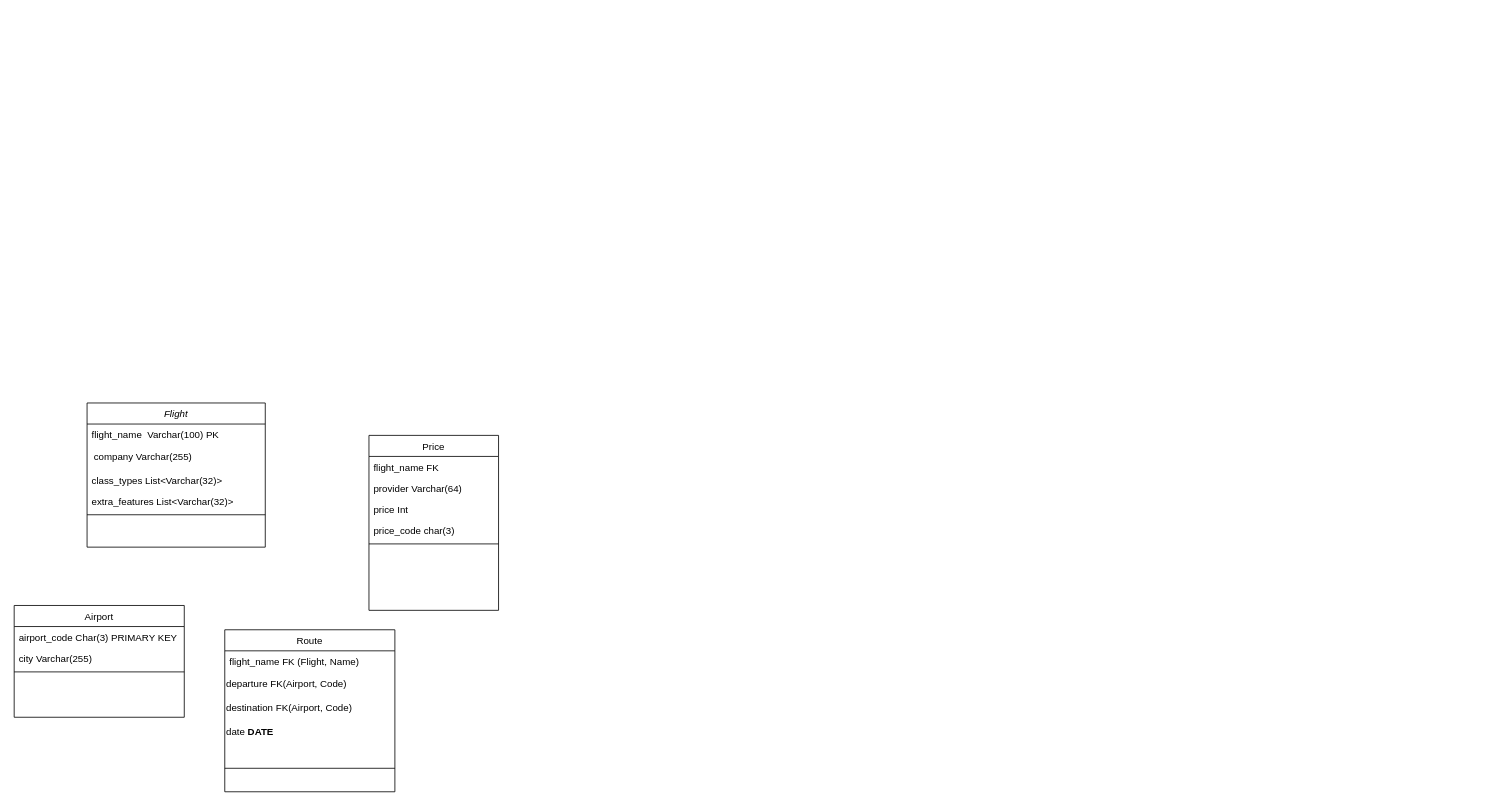
Earlier version of the draw.io diagram frontend-Idata2301/database_flights.drawio (Osterie/IDATA2301_IDATA2306_GROUP_7). Source tidied: cells renumbered, new cells numbered last; positions are measured from the earlier drawing's top-left corner, leaving out a move shared by most shapes. Both pictures are drawn from the tidied source at 81%, with x=0, y=0 at pixel (14, 403).
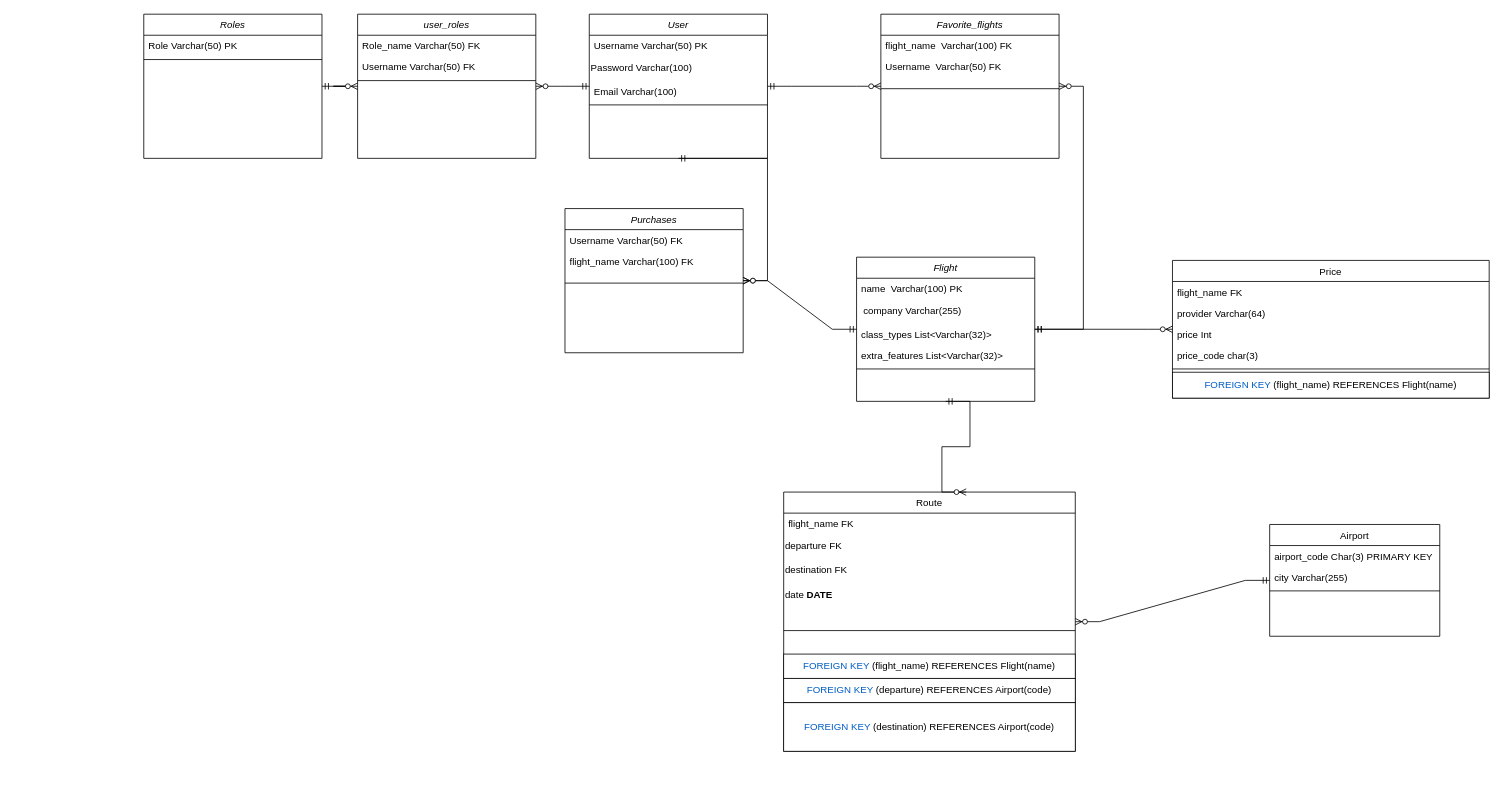
The same diagram, later.

Commit message (it also covers changes not shown here):
Added database design

Change to the diagram source:
```diff
@@
     <mxCell id="2" value="Flight" style="swimlane;fontStyle=2;align=center;verticalAlign=top;horizontal=1;startSize=26;rounded=0;shadow=0;strokeWidth=1;" parent="1" vertex="1">
-      <mxGeometry x="90" width="220" height="178" as="geometry" />
+      <mxGeometry x="1040" y="-180" width="220" height="178" as="geometry" />
     </mxCell>
-    <mxCell id="3" value="flight_name  Varchar(100) PK" style="text;align=left;verticalAlign=top;spacingLeft=4;spacingRight=4;overflow=hidden;" parent="2" vertex="1">
+    <mxCell id="3" value="name  Varchar(100) PK" style="text;align=left;verticalAlign=top;spacingLeft=4;spacingRight=4;overflow=hidden;" parent="2" vertex="1">
       <mxGeometry y="26" width="220" height="26" as="geometry" />
     </mxCell>
@@
     <mxCell id="8" value="Airport" style="swimlane;fontStyle=0;align=center;verticalAlign=top;horizontal=1;startSize=26;rounded=0;shadow=0;strokeWidth=1;" parent="1" vertex="1">
-      <mxGeometry y="250" width="210" height="138" as="geometry" />
+      <mxGeometry x="1550" y="150" width="210" height="138" as="geometry" />
     </mxCell>
@@
     <mxCell id="12" value="Route" style="swimlane;fontStyle=0;align=center;verticalAlign=top;horizontal=1;startSize=26;rounded=0;shadow=0;strokeWidth=1;" parent="1" vertex="1">
-      <mxGeometry x="260" y="280" width="210" height="200" as="geometry" />
+      <mxGeometry x="950" y="110" width="360" height="320" as="geometry" />
     </mxCell>
-    <mxCell id="13" value="flight_name FK (Flight, Name)" style="text;align=left;verticalAlign=top;spacingLeft=4;spacingRight=4;overflow=hidden;" parent="12" vertex="1">
-      <mxGeometry y="26" width="210" height="26" as="geometry" />
+    <mxCell id="13" value="flight_name FK" style="text;align=left;verticalAlign=top;spacingLeft=4;spacingRight=4;overflow=hidden;" parent="12" vertex="1">
+      <mxGeometry y="26" width="360" height="26" as="geometry" />
     </mxCell>
-    <mxCell id="14" value="departure FK(Airport, Code)" style="text;html=1;align=left;verticalAlign=middle;strokeColor=none;fillColor=none;" parent="12" vertex="1">
-      <mxGeometry y="52" width="210" height="30" as="geometry" />
+    <mxCell id="14" value="departure FK" style="text;html=1;align=left;verticalAlign=middle;strokeColor=none;fillColor=none;" parent="12" vertex="1">
+      <mxGeometry y="52" width="360" height="30" as="geometry" />
     </mxCell>
-    <mxCell id="15" value="destination FK(Airport, Code)" style="text;html=1;align=left;verticalAlign=middle;strokeColor=none;fillColor=none;" parent="12" vertex="1">
-      <mxGeometry y="82" width="210" height="30" as="geometry" />
+    <mxCell id="15" value="destination FK" style="text;html=1;align=left;verticalAlign=middle;strokeColor=none;fillColor=none;" parent="12" vertex="1">
+      <mxGeometry y="82" width="360" height="30" as="geometry" />
     </mxCell>
     <mxCell id="16" value="date&amp;nbsp;&lt;strong&gt;DATE&lt;/strong&gt;" style="text;html=1;align=left;verticalAlign=middle;strokeColor=none;fillColor=none;" parent="12" vertex="1">
-      <mxGeometry y="112" width="210" height="30" as="geometry" />
+      <mxGeometry y="112" width="360" height="30" as="geometry" />
     </mxCell>
     <mxCell id="17" style="line;html=1;strokeWidth=1;align=left;verticalAlign=middle;spacingTop=-1;spacingLeft=3;spacingRight=3;labelPosition=right;" parent="12" vertex="1">
-      <mxGeometry y="142" width="210" height="58" as="geometry" />
+      <mxGeometry y="142" width="360" height="58" as="geometry" />
     </mxCell>
+    <mxCell id="24" value="&lt;div&gt;&lt;span style=&quot;color: black; --darkreader-inline-color: var(--darkreader-text-000000, #e8e6e3);&quot; class=&quot;sqlcolor&quot;&gt;&lt;span style=&quot;color: rgb(0, 92, 197); --darkreader-inline-color: var(--darkreader-text-005cc5, #56b1ff);&quot; class=&quot;sqlkeywordcolor&quot;&gt;FOREIGN&lt;/span&gt; &lt;span style=&quot;color: rgb(0, 92, 197); --darkreader-inline-color: var(--darkreader-text-005cc5, #56b1ff);&quot; class=&quot;sqlkeywordcolor&quot;&gt;KEY&lt;/span&gt; (flight_name) REFERENCES Flight(name)&lt;/span&gt;&lt;/div&gt;" style="whiteSpace=wrap;html=1;" parent="12" vertex="1">
+      <mxGeometry y="200" width="360" height="30" as="geometry" />
+    </mxCell>
+    <mxCell id="25" value="&lt;span style=&quot;color: black; --darkreader-inline-color: var(--darkreader-text-000000, #e8e6e3);&quot; class=&quot;sqlcolor&quot;&gt;&lt;span style=&quot;color: rgb(0, 92, 197); --darkreader-inline-color: var(--darkreader-text-005cc5, #56b1ff);&quot; class=&quot;sqlkeywordcolor&quot;&gt;FOREIGN&lt;/span&gt; &lt;span style=&quot;color: rgb(0, 92, 197); --darkreader-inline-color: var(--darkreader-text-005cc5, #56b1ff);&quot; class=&quot;sqlkeywordcolor&quot;&gt;KEY&lt;/span&gt; (departure) REFERENCES Airport(code)&lt;/span&gt;" style="whiteSpace=wrap;html=1;" parent="12" vertex="1">
+      <mxGeometry y="230" width="360" height="30" as="geometry" />
+    </mxCell>
+    <mxCell id="26" value="&lt;span style=&quot;color: black; --darkreader-inline-color: var(--darkreader-text-000000, #e8e6e3);&quot; class=&quot;sqlcolor&quot;&gt;&lt;span style=&quot;color: rgb(0, 92, 197); --darkreader-inline-color: var(--darkreader-text-005cc5, #56b1ff);&quot; class=&quot;sqlkeywordcolor&quot;&gt;FOREIGN&lt;/span&gt; &lt;span style=&quot;color: rgb(0, 92, 197); --darkreader-inline-color: var(--darkreader-text-005cc5, #56b1ff);&quot; class=&quot;sqlkeywordcolor&quot;&gt;KEY&lt;/span&gt; (destination) REFERENCES Airport(code)&lt;/span&gt;" style="whiteSpace=wrap;html=1;" parent="12" vertex="1">
+      <mxGeometry y="260" width="360" height="60" as="geometry" />
+    </mxCell>
     <mxCell id="18" value="Price" style="swimlane;fontStyle=0;align=center;verticalAlign=top;horizontal=1;startSize=26;rounded=0;shadow=0;strokeWidth=1;" parent="1" vertex="1">
-      <mxGeometry x="438" y="40" width="160" height="216" as="geometry" />
+      <mxGeometry x="1430" y="-176" width="391" height="170" as="geometry" />
     </mxCell>
     <mxCell id="19" value="flight_name FK" style="text;align=left;verticalAlign=top;spacingLeft=4;spacingRight=4;overflow=hidden;" parent="18" vertex="1">
-      <mxGeometry y="26" width="160" height="26" as="geometry" />
+      <mxGeometry y="26" width="391" height="26" as="geometry" />
     </mxCell>
     <mxCell id="20" value="provider Varchar(64)" style="text;align=left;verticalAlign=top;spacingLeft=4;spacingRight=4;overflow=hidden;rounded=0;shadow=0;html=0;" parent="18" vertex="1">
-      <mxGeometry y="52" width="160" height="26" as="geometry" />
+      <mxGeometry y="52" width="391" height="26" as="geometry" />
     </mxCell>
     <mxCell id="21" value="price Int" style="text;align=left;verticalAlign=top;spacingLeft=4;spacingRight=4;overflow=hidden;rounded=0;shadow=0;html=0;" parent="18" vertex="1">
-      <mxGeometry y="78" width="160" height="26" as="geometry" />
+      <mxGeometry y="78" width="391" height="26" as="geometry" />
     </mxCell>
     <mxCell id="22" value="price_code char(3) " style="text;align=left;verticalAlign=top;spacingLeft=4;spacingRight=4;overflow=hidden;rounded=0;shadow=0;html=0;" parent="18" vertex="1">
-      <mxGeometry y="104" width="160" height="26" as="geometry" />
+      <mxGeometry y="104" width="391" height="26" as="geometry" />
     </mxCell>
     <mxCell id="23" style="line;html=1;strokeWidth=1;align=left;verticalAlign=middle;spacingTop=-1;spacingLeft=3;spacingRight=3;labelPosition=right;" parent="18" vertex="1">
-      <mxGeometry y="130" width="160" height="8" as="geometry" />
+      <mxGeometry y="130" width="391" height="8" as="geometry" />
     </mxCell>
+    <mxCell id="27" value="&lt;span style=&quot;color: black; --darkreader-inline-color: var(--darkreader-text-000000, #e8e6e3);&quot; class=&quot;sqlcolor&quot;&gt;&lt;span style=&quot;color: rgb(0, 92, 197); --darkreader-inline-color: var(--darkreader-text-005cc5, #56b1ff);&quot; class=&quot;sqlkeywordcolor&quot;&gt;FOREIGN&lt;/span&gt; &lt;span style=&quot;color: rgb(0, 92, 197); --darkreader-inline-color: var(--darkreader-text-005cc5, #56b1ff);&quot; class=&quot;sqlkeywordcolor&quot;&gt;KEY&lt;/span&gt; (flight_name) REFERENCES Flight(name)&lt;/span&gt;" style="whiteSpace=wrap;html=1;" parent="18" vertex="1">
+      <mxGeometry y="138" width="391" height="32" as="geometry" />
+    </mxCell>
+    <mxCell id="28" style="edgeStyle=entityRelationEdgeStyle;fontSize=12;html=1;endArrow=ERzeroToMany;startArrow=ERmandOne;rounded=0;" parent="1" edge="1" source="8" target="12">
+      <mxGeometry relative="1" as="geometry" />
+    </mxCell>
+    <mxCell id="29" style="edgeStyle=entityRelationEdgeStyle;fontSize=12;html=1;endArrow=ERzeroToMany;startArrow=ERmandOne;rounded=0;" parent="1" edge="1" source="2" target="18">
+      <mxGeometry relative="1" as="geometry" />
+    </mxCell>
+    <mxCell id="30" style="edgeStyle=entityRelationEdgeStyle;fontSize=12;html=1;endArrow=ERzeroToMany;startArrow=ERmandOne;rounded=0;entryX=0.626;entryY=0;entryDx=0;entryDy=0;entryPerimeter=0;exitX=0.5;exitY=1;exitDx=0;exitDy=0;" parent="1" edge="1" source="2" target="12">
+      <mxGeometry relative="1" as="geometry" />
+    </mxCell>
+    <mxCell id="31" value="Roles" style="swimlane;fontStyle=2;align=center;verticalAlign=top;horizontal=1;startSize=26;rounded=0;shadow=0;strokeWidth=1;" parent="1" vertex="1">
+      <mxGeometry x="160" y="-480" width="220" height="178" as="geometry" />
+    </mxCell>
+    <mxCell id="32" value="Role Varchar(50) PK" style="text;align=left;verticalAlign=top;spacingLeft=4;spacingRight=4;overflow=hidden;" parent="31" vertex="1">
+      <mxGeometry y="26" width="220" height="26" as="geometry" />
+    </mxCell>
+    <mxCell id="33" style="line;html=1;strokeWidth=1;align=left;verticalAlign=middle;spacingTop=-1;spacingLeft=3;spacingRight=3;labelPosition=right;" parent="31" vertex="1">
+      <mxGeometry y="52" width="220" height="8" as="geometry" />
+    </mxCell>
+    <mxCell id="34" value="User" style="swimlane;fontStyle=2;align=center;verticalAlign=top;horizontal=1;startSize=26;rounded=0;shadow=0;strokeWidth=1;" parent="1" vertex="1">
+      <mxGeometry x="710" y="-480" width="220" height="178" as="geometry" />
+    </mxCell>
+    <mxCell id="35" value="Username Varchar(50) PK" style="text;align=left;verticalAlign=top;spacingLeft=4;spacingRight=4;overflow=hidden;" parent="34" vertex="1">
+      <mxGeometry y="26" width="220" height="26" as="geometry" />
+    </mxCell>
+    <mxCell id="36" value="Password Varchar(100)" style="text;html=1;align=left;verticalAlign=middle;strokeColor=none;fillColor=none;" parent="34" vertex="1">
+      <mxGeometry y="52" width="220" height="30" as="geometry" />
+    </mxCell>
+    <mxCell id="37" value="Email Varchar(100)" style="text;align=left;verticalAlign=top;spacingLeft=4;spacingRight=4;overflow=hidden;rounded=0;shadow=0;html=0;" parent="34" vertex="1">
+      <mxGeometry y="82" width="220" height="26" as="geometry" />
+    </mxCell>
+    <mxCell id="38" style="line;html=1;strokeWidth=1;align=left;verticalAlign=middle;spacingTop=-1;spacingLeft=3;spacingRight=3;labelPosition=right;" parent="34" vertex="1">
+      <mxGeometry y="108" width="220" height="8" as="geometry" />
+    </mxCell>
+    <mxCell id="39" value="Favorite_flights" style="swimlane;fontStyle=2;align=center;verticalAlign=top;horizontal=1;startSize=26;rounded=0;shadow=0;strokeWidth=1;" parent="1" vertex="1">
+      <mxGeometry x="1070" y="-480" width="220" height="178" as="geometry" />
+    </mxCell>
+    <mxCell id="40" value="flight_name  Varchar(100) FK" style="text;align=left;verticalAlign=top;spacingLeft=4;spacingRight=4;overflow=hidden;" parent="39" vertex="1">
+      <mxGeometry y="26" width="220" height="26" as="geometry" />
+    </mxCell>
+    <mxCell id="41" value="Username  Varchar(50) FK" style="text;align=left;verticalAlign=top;spacingLeft=4;spacingRight=4;overflow=hidden;" parent="39" vertex="1">
+      <mxGeometry y="52" width="220" height="26" as="geometry" />
+    </mxCell>
+    <mxCell id="42" style="line;html=1;strokeWidth=1;align=left;verticalAlign=middle;spacingTop=-1;spacingLeft=3;spacingRight=3;labelPosition=right;" parent="39" vertex="1">
+      <mxGeometry y="78" width="220" height="28" as="geometry" />
+    </mxCell>
+    <mxCell id="43" value="user_roles" style="swimlane;fontStyle=2;align=center;verticalAlign=top;horizontal=1;startSize=26;rounded=0;shadow=0;strokeWidth=1;" parent="1" vertex="1">
+      <mxGeometry x="424" y="-480" width="220" height="178" as="geometry" />
+    </mxCell>
+    <mxCell id="44" value="Role_name Varchar(50) FK" style="text;align=left;verticalAlign=top;spacingLeft=4;spacingRight=4;overflow=hidden;" parent="43" vertex="1">
+      <mxGeometry y="26" width="220" height="26" as="geometry" />
+    </mxCell>
+    <mxCell id="45" value="Username Varchar(50) FK" style="text;align=left;verticalAlign=top;spacingLeft=4;spacingRight=4;overflow=hidden;" parent="43" vertex="1">
+      <mxGeometry y="52" width="220" height="26" as="geometry" />
+    </mxCell>
+    <mxCell id="46" style="line;html=1;strokeWidth=1;align=left;verticalAlign=middle;spacingTop=-1;spacingLeft=3;spacingRight=3;labelPosition=right;" parent="43" vertex="1">
+      <mxGeometry y="78" width="220" height="8" as="geometry" />
+    </mxCell>
+    <mxCell id="47" value="Purchases" style="swimlane;fontStyle=2;align=center;verticalAlign=top;horizontal=1;startSize=26;rounded=0;shadow=0;strokeWidth=1;" parent="1" vertex="1">
+      <mxGeometry x="680" y="-240" width="220" height="178" as="geometry" />
+    </mxCell>
+    <mxCell id="48" value="Username Varchar(50) FK" style="text;align=left;verticalAlign=top;spacingLeft=4;spacingRight=4;overflow=hidden;" parent="47" vertex="1">
+      <mxGeometry y="26" width="220" height="26" as="geometry" />
+    </mxCell>
+    <mxCell id="49" value="flight_name Varchar(100) FK" style="text;align=left;verticalAlign=top;spacingLeft=4;spacingRight=4;overflow=hidden;" parent="47" vertex="1">
+      <mxGeometry y="52" width="220" height="26" as="geometry" />
+    </mxCell>
+    <mxCell id="50" style="line;html=1;strokeWidth=1;align=left;verticalAlign=middle;spacingTop=-1;spacingLeft=3;spacingRight=3;labelPosition=right;" parent="47" vertex="1">
+      <mxGeometry y="78" width="220" height="28" as="geometry" />
+    </mxCell>
+    <mxCell id="51" style="edgeStyle=entityRelationEdgeStyle;fontSize=12;html=1;endArrow=ERzeroToMany;startArrow=ERmandOne;rounded=0;" parent="1" edge="1" source="31" target="43">
+      <mxGeometry relative="1" as="geometry" />
+    </mxCell>
+    <mxCell id="52" style="edgeStyle=entityRelationEdgeStyle;fontSize=12;html=1;endArrow=ERzeroToMany;startArrow=ERmandOne;rounded=0;" parent="1" edge="1" source="34" target="43">
+      <mxGeometry relative="1" as="geometry" />
+    </mxCell>
+    <mxCell id="53" style="edgeStyle=entityRelationEdgeStyle;fontSize=12;html=1;endArrow=ERzeroToMany;startArrow=ERmandOne;rounded=0;" parent="1" edge="1" source="34" target="39">
+      <mxGeometry relative="1" as="geometry" />
+    </mxCell>
+    <mxCell id="54" style="edgeStyle=entityRelationEdgeStyle;fontSize=12;html=1;endArrow=ERzeroToMany;startArrow=ERmandOne;rounded=0;exitX=0.5;exitY=1;exitDx=0;exitDy=0;" parent="1" edge="1" source="34" target="47">
+      <mxGeometry relative="1" as="geometry" />
+    </mxCell>
+    <mxCell id="55" style="edgeStyle=entityRelationEdgeStyle;fontSize=12;html=1;endArrow=ERzeroToMany;startArrow=ERmandOne;rounded=0;" parent="1" edge="1" source="2" target="47">
+      <mxGeometry relative="1" as="geometry" />
+    </mxCell>
+    <mxCell id="56" style="edgeStyle=entityRelationEdgeStyle;fontSize=12;html=1;endArrow=ERzeroToMany;startArrow=ERmandOne;rounded=0;" parent="1" edge="1" source="2" target="39">
+      <mxGeometry relative="1" as="geometry" />
+    </mxCell>
```
